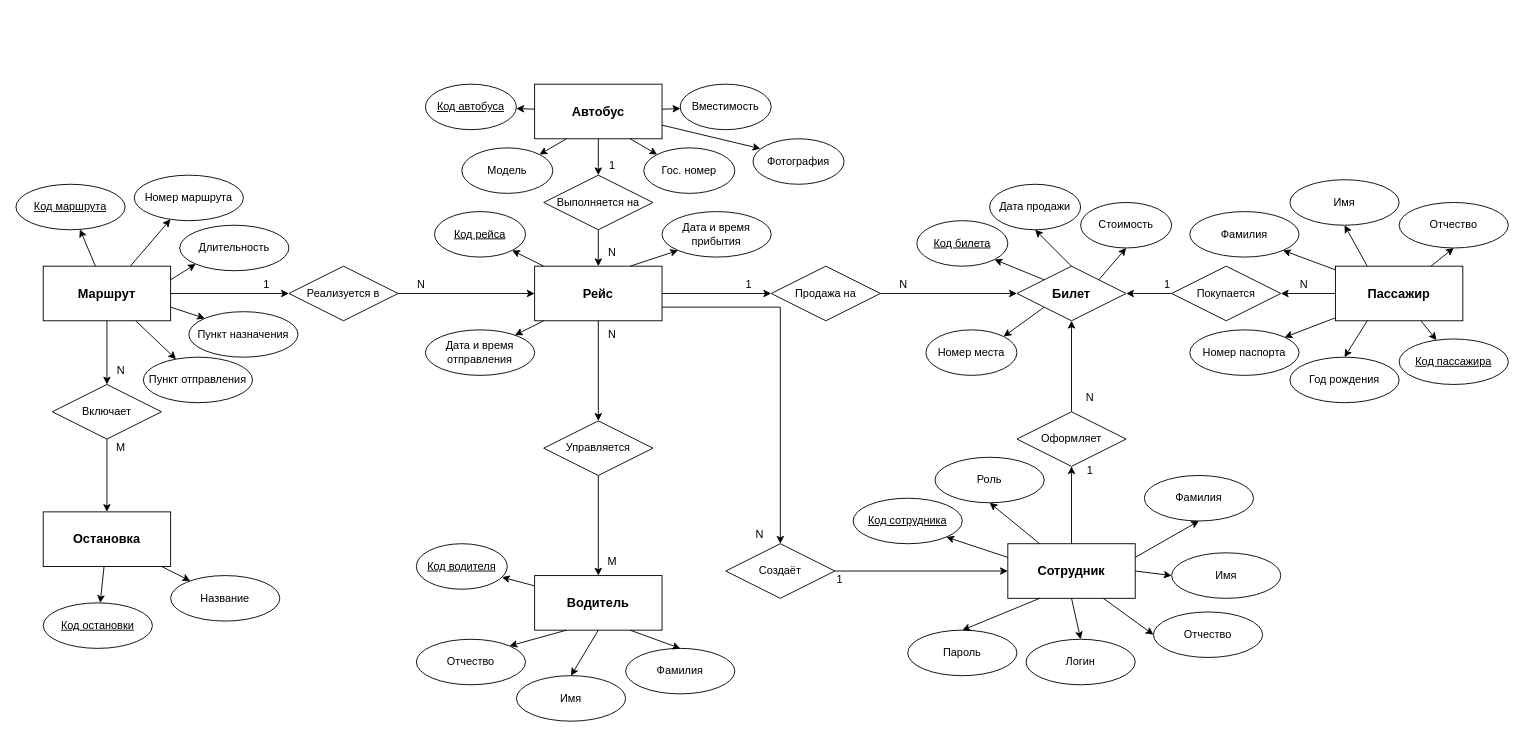
Above: CourseProjectDBMS/database/models/conceptual/Концептуальная модель.drawio in Apehovesrame/PpassengerTransportation (draw.io), before the change. Source tidied: cells renumbered, new cells numbered last; positions are measured from the earlier drawing's top-left corner, leaving out a move shared by most shapes. Both pictures are drawn from the tidied source at 91%, with x=0, y=0 at pixel (15, 84).
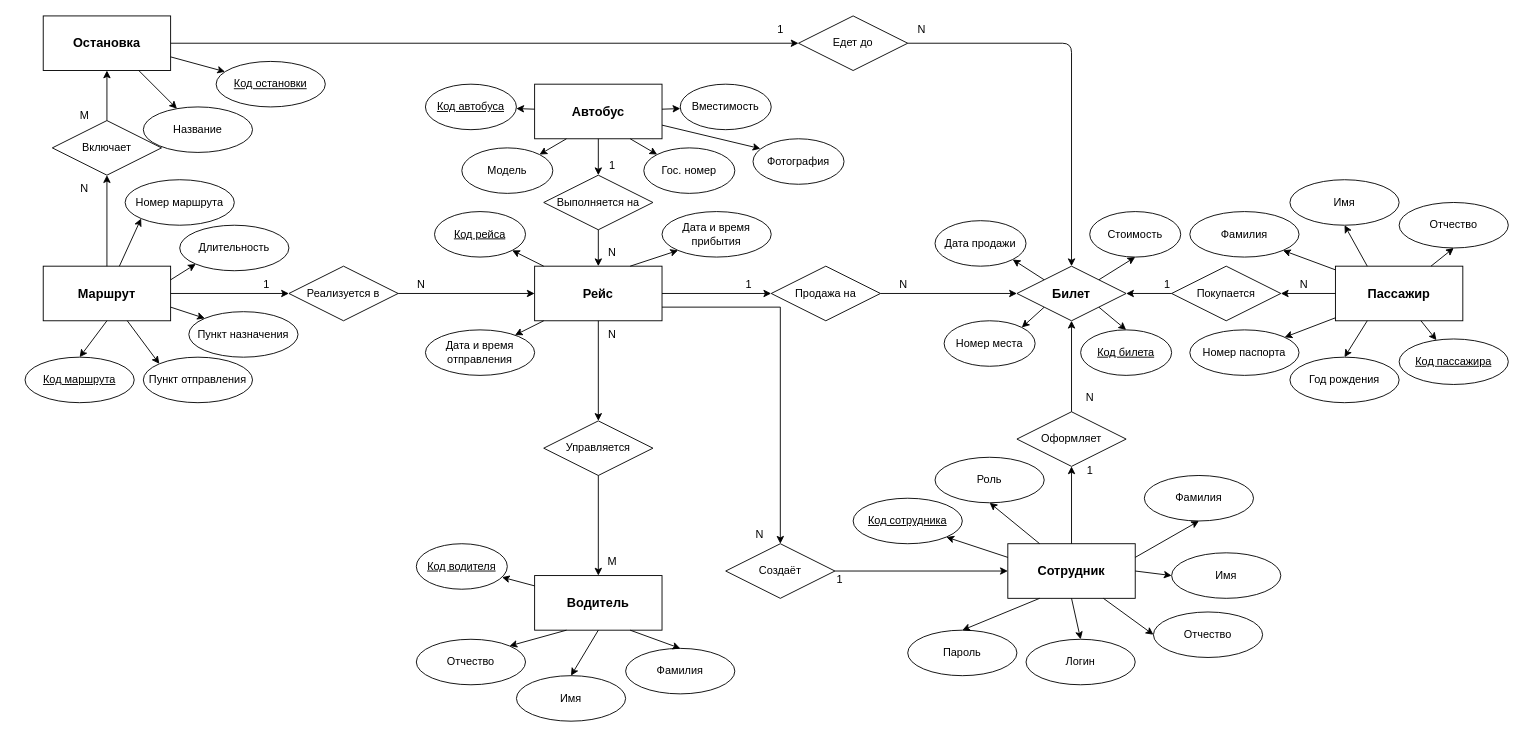
The same diagram, later.

The change refers to these unchanged cells:
```xml
<mxCell id="2" value="Маршрут" style="rounded=0;whiteSpace=wrap;html=1;fontStyle=1;fontSize=14;" parent="1" vertex="1">
  <mxGeometry x="30" y="200" width="140" height="60" as="geometry" />
</mxCell>
<mxCell id="17" value="Пункт отправления" style="ellipse;whiteSpace=wrap;html=1;" parent="1" vertex="1">
  <mxGeometry x="140" y="300" width="120" height="50" as="geometry" />
</mxCell>
<mxCell id="121" value="&lt;span style=&quot;font-size: 14px; font-weight: 700;&quot;&gt;Билет&lt;/span&gt;" style="rhombus;whiteSpace=wrap;html=1;fontSize=12;" parent="1" vertex="1">
  <mxGeometry x="1100" y="200" width="120" height="60" as="geometry" />
</mxCell>
```

The edit, as a diff of the source:
```diff
@@
-    <mxCell id="3" value="Остановка" style="rounded=0;whiteSpace=wrap;html=1;fontStyle=1;fontSize=14;" parent="1" vertex="1">
-      <mxGeometry x="30" y="470" width="140" height="60" as="geometry" />
-    </mxCell>
@@
-    <mxCell id="10" value="Включает" style="rhombus;whiteSpace=wrap;html=1;fontSize=12;" parent="1" vertex="1">
-      <mxGeometry x="40" y="330" width="120" height="60" as="geometry" />
-    </mxCell>
@@
     <mxCell id="15" value="&lt;u&gt;Код маршрута&lt;/u&gt;" style="ellipse;whiteSpace=wrap;html=1;" parent="1" vertex="1">
-      <mxGeometry y="110" width="120" height="50" as="geometry" />
+      <mxGeometry x="10" y="300" width="120" height="50" as="geometry" />
     </mxCell>
     <mxCell id="16" value="Номер маршрута" style="ellipse;whiteSpace=wrap;html=1;" parent="1" vertex="1">
-      <mxGeometry x="130" y="100" width="120" height="50" as="geometry" />
+      <mxGeometry x="120" y="105" width="120" height="50" as="geometry" />
     </mxCell>
@@
-    <mxCell id="18" value="&lt;u&gt;Код остановки&lt;/u&gt;" style="ellipse;whiteSpace=wrap;html=1;" parent="1" vertex="1">
-      <mxGeometry x="30" y="570" width="120" height="50" as="geometry" />
-    </mxCell>
-    <mxCell id="19" value="Название" style="ellipse;whiteSpace=wrap;html=1;" parent="1" vertex="1">
-      <mxGeometry x="170" y="540" width="120" height="50" as="geometry" />
-    </mxCell>
@@
     <mxCell id="25" value="&lt;u&gt;Код билета&lt;/u&gt;" style="ellipse;whiteSpace=wrap;html=1;" parent="1" vertex="1">
-      <mxGeometry x="990" y="150" width="100" height="50" as="geometry" />
+      <mxGeometry x="1170" y="270" width="100" height="50" as="geometry" />
     </mxCell>
     <mxCell id="26" value="Номер места" style="ellipse;whiteSpace=wrap;html=1;" parent="1" vertex="1">
-      <mxGeometry x="1000" y="270" width="100" height="50" as="geometry" />
+      <mxGeometry x="1020" y="260" width="100" height="50" as="geometry" />
     </mxCell>
@@
-    <mxCell id="31" style="edgeStyle=none;html=1;" parent="1" edge="1" source="2" target="10">
-      <mxGeometry relative="1" as="geometry" />
-    </mxCell>
-    <mxCell id="32" style="edgeStyle=none;html=1;" parent="1" edge="1" source="10" target="3">
-      <mxGeometry relative="1" as="geometry" />
-    </mxCell>
@@
-    <mxCell id="41" style="edgeStyle=none;html=1;" parent="1" edge="1" source="2" target="15">
+    <mxCell id="41" style="edgeStyle=none;html=1;exitX=0.5;exitY=1;exitDx=0;exitDy=0;entryX=0.5;entryY=0;entryDx=0;entryDy=0;" parent="1" edge="1" source="2" target="15">
       <mxGeometry relative="1" as="geometry" />
     </mxCell>
-    <mxCell id="42" style="edgeStyle=none;html=1;" parent="1" edge="1" source="2" target="16">
+    <mxCell id="42" style="edgeStyle=none;html=1;entryX=0;entryY=1;entryDx=0;entryDy=0;" parent="1" edge="1" source="2" target="16">
       <mxGeometry relative="1" as="geometry" />
     </mxCell>
-    <mxCell id="43" style="edgeStyle=none;html=1;" parent="1" edge="1" source="2" target="17">
+    <mxCell id="43" style="edgeStyle=none;html=1;entryX=0;entryY=0;entryDx=0;entryDy=0;" parent="1" edge="1" source="2" target="17">
       <mxGeometry relative="1" as="geometry" />
     </mxCell>
-    <mxCell id="44" style="edgeStyle=none;html=1;" parent="1" edge="1" source="3" target="18">
-      <mxGeometry relative="1" as="geometry" />
-    </mxCell>
-    <mxCell id="45" style="edgeStyle=none;html=1;" parent="1" edge="1" source="3" target="19">
-      <mxGeometry relative="1" as="geometry" />
-    </mxCell>
@@
-    <mxCell id="51" style="edgeStyle=none;html=1;exitX=0;exitY=0;exitDx=0;exitDy=0;entryX=1;entryY=1;entryDx=0;entryDy=0;" parent="1" edge="1" source="121" target="25">
+    <mxCell id="51" style="edgeStyle=none;html=1;exitX=1;exitY=1;exitDx=0;exitDy=0;entryX=0.5;entryY=0;entryDx=0;entryDy=0;" parent="1" edge="1" source="121" target="25">
       <mxGeometry relative="1" as="geometry" />
     </mxCell>
@@
-    <mxCell id="58" value="N" style="text;html=1;align=center;verticalAlign=middle;strokeColor=none;fillColor=none;" parent="1" vertex="1">
-      <mxGeometry x="100" y="300" width="30" height="30" as="geometry" />
-    </mxCell>
-    <mxCell id="59" value="M" style="text;html=1;align=center;verticalAlign=middle;strokeColor=none;fillColor=none;" parent="1" vertex="1">
-      <mxGeometry x="100" y="385" width="30" height="30" as="geometry" />
-    </mxCell>
@@
     <mxCell id="80" value="Дата продажи" style="ellipse;whiteSpace=wrap;html=1;" parent="1" vertex="1">
-      <mxGeometry x="1070" y="110" width="100" height="50" as="geometry" />
+      <mxGeometry x="1010" y="150" width="100" height="50" as="geometry" />
     </mxCell>
     <mxCell id="81" value="Стоимость" style="ellipse;whiteSpace=wrap;html=1;" parent="1" vertex="1">
-      <mxGeometry x="1170" y="130" width="100" height="50" as="geometry" />
+      <mxGeometry x="1180" y="140" width="100" height="50" as="geometry" />
     </mxCell>
-    <mxCell id="82" style="edgeStyle=none;html=1;exitX=0.5;exitY=0;exitDx=0;exitDy=0;entryX=0.5;entryY=1;entryDx=0;entryDy=0;" parent="1" edge="1" source="121" target="80">
+    <mxCell id="82" style="edgeStyle=none;html=1;exitX=0;exitY=0;exitDx=0;exitDy=0;entryX=1;entryY=1;entryDx=0;entryDy=0;" parent="1" edge="1" source="121" target="80">
       <mxGeometry relative="1" as="geometry" />
     </mxCell>
@@
+    <mxCell id="3" value="Остановка" style="rounded=0;whiteSpace=wrap;html=1;fontStyle=1;fontSize=14;" parent="1" vertex="1">
+      <mxGeometry x="30" y="-75" width="140" height="60" as="geometry" />
+    </mxCell>
+    <mxCell id="10" value="Включает" style="rhombus;whiteSpace=wrap;html=1;fontSize=12;" parent="1" vertex="1">
+      <mxGeometry x="40" y="40" width="120" height="60" as="geometry" />
+    </mxCell>
+    <mxCell id="18" value="&lt;u&gt;Код остановки&lt;/u&gt;" style="ellipse;whiteSpace=wrap;html=1;" parent="1" vertex="1">
+      <mxGeometry x="220" y="-25" width="120" height="50" as="geometry" />
+    </mxCell>
+    <mxCell id="19" value="Название" style="ellipse;whiteSpace=wrap;html=1;" parent="1" vertex="1">
+      <mxGeometry x="140" y="25" width="120" height="50" as="geometry" />
+    </mxCell>
+    <mxCell id="31" style="edgeStyle=none;html=1;exitX=0.5;exitY=0;exitDx=0;exitDy=0;entryX=0.5;entryY=1;entryDx=0;entryDy=0;" parent="1" edge="1" source="2" target="10">
+      <mxGeometry relative="1" as="geometry" />
+    </mxCell>
+    <mxCell id="32" style="edgeStyle=none;html=1;" parent="1" edge="1" source="10" target="3">
+      <mxGeometry relative="1" as="geometry" />
+    </mxCell>
+    <mxCell id="44" style="edgeStyle=none;html=1;exitX=1;exitY=0.75;exitDx=0;exitDy=0;" parent="1" edge="1" source="3" target="18">
+      <mxGeometry relative="1" as="geometry" />
+    </mxCell>
+    <mxCell id="45" style="edgeStyle=none;html=1;exitX=0.75;exitY=1;exitDx=0;exitDy=0;" parent="1" edge="1" source="3" target="19">
+      <mxGeometry relative="1" as="geometry" />
+    </mxCell>
+    <mxCell id="122" value="N" style="text;html=1;align=center;verticalAlign=middle;strokeColor=none;fillColor=none;" parent="1" vertex="1">
+      <mxGeometry x="60" y="100" width="30" height="30" as="geometry" />
+    </mxCell>
+    <mxCell id="59" value="M" style="text;html=1;align=center;verticalAlign=middle;strokeColor=none;fillColor=none;" parent="1" vertex="1">
+      <mxGeometry x="60" y="20" width="30" height="30" as="geometry" />
+    </mxCell>
+    <mxCell id="123" value="Едет до" style="rhombus;whiteSpace=wrap;html=1;fontSize=12;" parent="1" vertex="1">
+      <mxGeometry x="860" y="-75" width="120" height="60" as="geometry" />
+    </mxCell>
+    <mxCell id="124" style="edgeStyle=orthogonalEdgeStyle;rounded=0;jettySize=auto;html=1;exitX=1;exitY=0.5;exitDx=0;exitDy=0;entryX=0;entryY=0.5;entryDx=0;entryDy=0;" parent="1" edge="1" source="3" target="123">
+      <mxGeometry relative="1" as="geometry" />
+    </mxCell>
+    <mxCell id="125" style="edgeStyle=orthogonalEdgeStyle;html=1;entryX=0.5;entryY=0;entryDx=0;entryDy=0;exitX=1;exitY=0.5;exitDx=0;exitDy=0;" parent="1" edge="1" source="123" target="121">
+      <mxGeometry relative="1" as="geometry" />
+    </mxCell>
+    <mxCell id="126" value="N" style="text;html=1;align=center;verticalAlign=middle;strokeColor=none;fillColor=none;" parent="1" vertex="1">
+      <mxGeometry x="980" y="-75" width="30" height="30" as="geometry" />
+    </mxCell>
+    <mxCell id="127" value="1" style="text;html=1;align=center;verticalAlign=middle;strokeColor=none;fillColor=none;" parent="1" vertex="1">
+      <mxGeometry x="825" y="-75" width="30" height="30" as="geometry" />
+    </mxCell>
```
